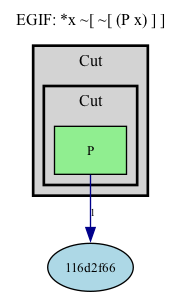
Before: visual_output/double_cut.png, a diagram exported from Graphviz (mijahauan/Arisbe). Its source is kept beside it as visual_output/double_cut.dot.
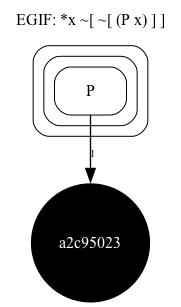
The same file after the commit.

Change to the diagram source:
```diff
@@ -1,30 +1,31 @@
 digraph EG {
   rankdir=TB;
   compound=true;
-  node [fontsize=10];
+  node [fontsize=12, fontname="Times-Roman"];
+  edge [penwidth=1.00, color=black];
 
   label="EGIF: *x ~[ ~[ (P x) ] ]";
   labelloc="t";
   fontsize=12;
 
-  "pred_e_ea9335ab" [label="P", shape=box, style=filled, fillcolor=lightgreen];
-  "Vertex(id='v_116d2f66', label=None, is_generic=True)" [label="116d2f66", shape=ellipse, style=filled, fillcolor=lightblue];
+  "pred_e_383fa04c" [label="P", shape=box, style=rounded, penwidth=0.75, fontname="Times-Roman"];
+  "Vertex(id='v_a2c95023', label=None, is_generic=True)" [label="a2c95023", shape=circle, width=0.069, height=0.069, style=filled, fillcolor=black, fontcolor=white, fontname="Times-Roman"];
   subgraph cluster_0_0 {
-    label="Cut";
-    style=filled;
-    fillcolor=lightgray;
+    label="";
+    style="rounded,filled";
+    fillcolor=white;
     color=black;
-    penwidth=2;
+    penwidth=0.75;
     subgraph cluster_1_0 {
-      label="Cut";
-      style=filled;
-      fillcolor=lightgray;
+      label="";
+      style="rounded,filled";
+      fillcolor=white;
       color=black;
-      penwidth=2;
-      "pred_e_ea9335ab";
+      penwidth=0.75;
+      "pred_e_383fa04c";
     }
 
   }
 
-  "pred_e_ea9335ab" -> "Vertex(id='v_116d2f66', label=None, is_generic=True)" [label="1", color=darkblue, fontsize=8];
+  "pred_e_383fa04c" -> "Vertex(id='v_a2c95023', label=None, is_generic=True)" [label="1", color=black, penwidth=1.00, fontsize=8, fontname="Times-Roman"];
 }
```
